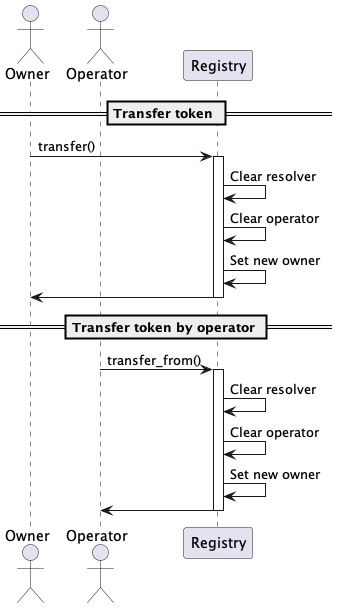
Before: docs/sequence-diagrams/puml/transfer-domain.png, a diagram exported from PlantUML (make-software/cspr-name-contracts).
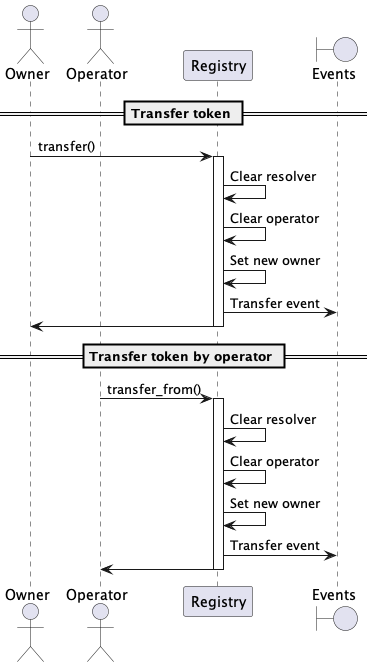
The same diagram one commit later.

Diff of the diagram source:
```diff
@@ -3,6 +3,7 @@
 actor Owner
 actor Operator
 participant "Registry"
+boundary "Events"
 
 == Transfer token ==
 
@@ -11,6 +12,7 @@
 Registry -> Registry: Clear resolver
 Registry -> Registry: Clear operator
 Registry -> Registry : Set new owner
+Registry -> "Events": Transfer event
 Registry -> Owner
 deactivate Registry
 
@@ -21,6 +23,7 @@
 Registry -> Registry: Clear resolver
 Registry -> Registry: Clear operator
 Registry -> Registry : Set new owner
+Registry -> "Events": Transfer event
 Registry -> Operator
 deactivate Registry
 
```
